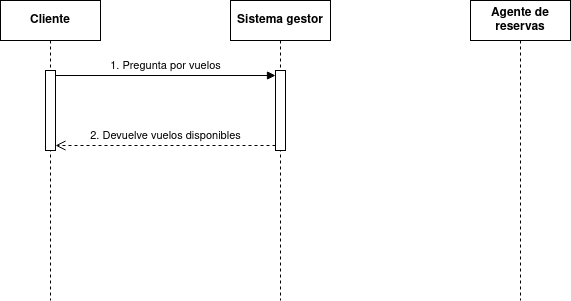
Earlier version of the draw.io export diagramas_secuencias/reserva-vuelos/diagrama-secuencia-vuelos.drawio.png (JesusLugo2002/ETS). Source tidied: cells renumbered, new cells last; positions are measured from the earlier drawing's top-left corner, leaving out a move shared by most shapes.
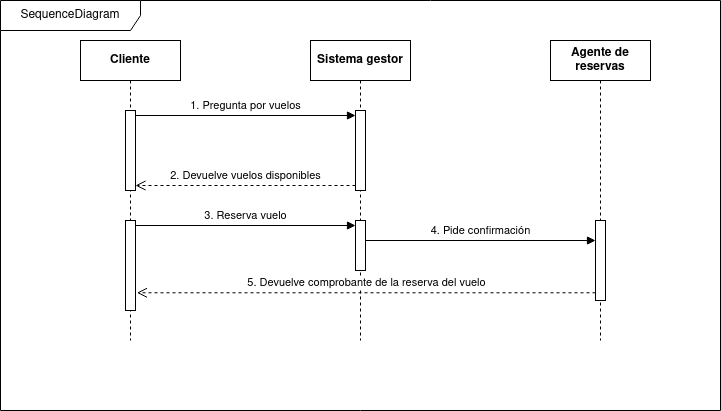
After the change.

Change to the diagram source:
```diff
@@ -14,14 +14,38 @@
     <mxCell id="5" style="html=1;points=[[0,0,0,0,5],[0,1,0,0,-5],[1,0,0,0,5],[1,1,0,0,-5]];perimeter=orthogonalPerimeter;outlineConnect=0;targetShapes=umlLifeline;portConstraint=eastwest;newEdgeStyle={&quot;curved&quot;:0,&quot;rounded&quot;:0};" parent="4" vertex="1">
       <mxGeometry x="45" y="70" width="10" height="80" as="geometry" />
     </mxCell>
+    <mxCell id="9" style="html=1;points=[[0,0,0,0,5],[0,1,0,0,-5],[1,0,0,0,5],[1,1,0,0,-5]];perimeter=orthogonalPerimeter;outlineConnect=0;targetShapes=umlLifeline;portConstraint=eastwest;newEdgeStyle={&quot;curved&quot;:0,&quot;rounded&quot;:0};" parent="4" vertex="1">
+      <mxGeometry x="-185" y="180" width="10" height="90" as="geometry" />
+    </mxCell>
+    <mxCell id="10" style="html=1;points=[[0,0,0,0,5],[0,1,0,0,-5],[1,0,0,0,5],[1,1,0,0,-5]];perimeter=orthogonalPerimeter;outlineConnect=0;targetShapes=umlLifeline;portConstraint=eastwest;newEdgeStyle={&quot;curved&quot;:0,&quot;rounded&quot;:0};" parent="4" vertex="1">
+      <mxGeometry x="45" y="180" width="10" height="50" as="geometry" />
+    </mxCell>
+    <mxCell id="11" value="&lt;div&gt;3. Reserva vuelo&lt;/div&gt;" style="html=1;verticalAlign=bottom;endArrow=block;curved=0;rounded=0;entryX=0;entryY=0;entryDx=0;entryDy=5;" parent="4" edge="1" source="9" target="10">
+      <mxGeometry relative="1" as="geometry" />
+    </mxCell>
     <mxCell id="6" value="Agente de reservas" style="shape=umlLifeline;perimeter=lifelinePerimeter;whiteSpace=wrap;html=1;newEdgeStyle={&quot;curved&quot;:0,&quot;rounded&quot;:0};fontStyle=1;" parent="1" vertex="1">
       <mxGeometry x="470" width="100" height="300" as="geometry" />
     </mxCell>
+    <mxCell id="12" style="html=1;points=[[0,0,0,0,5],[0,1,0,0,-5],[1,0,0,0,5],[1,1,0,0,-5]];perimeter=orthogonalPerimeter;outlineConnect=0;targetShapes=umlLifeline;portConstraint=eastwest;newEdgeStyle={&quot;curved&quot;:0,&quot;rounded&quot;:0};" parent="6" vertex="1">
+      <mxGeometry x="45" y="180" width="10" height="80" as="geometry" />
+    </mxCell>
     <mxCell id="7" value="1. Pregunta por vuelos" style="html=1;verticalAlign=bottom;endArrow=block;curved=0;rounded=0;entryX=0;entryY=0;entryDx=0;entryDy=5;" parent="1" edge="1" source="3" target="5">
       <mxGeometry relative="1" as="geometry" />
     </mxCell>
     <mxCell id="8" value="2. Devuelve vuelos disponibles" style="html=1;verticalAlign=bottom;endArrow=open;dashed=1;endSize=8;curved=0;rounded=0;exitX=0;exitY=1;exitDx=0;exitDy=-5;entryX=1;entryY=1;entryDx=0;entryDy=-5;entryPerimeter=0;" parent="1" edge="1" source="5" target="3">
       <mxGeometry relative="1" as="geometry" />
     </mxCell>
+    <mxCell id="13" value="4. Pide confirmación" style="html=1;verticalAlign=bottom;endArrow=block;curved=0;rounded=0;" parent="1" edge="1">
+      <mxGeometry relative="1" as="geometry">
+        <mxPoint x="285" y="200" as="sourcePoint" />
+        <mxPoint x="515" y="200" as="targetPoint" />
+      </mxGeometry>
+    </mxCell>
+    <mxCell id="14" value="5. Devuelve comprobante de la reserva del vuelo" style="html=1;verticalAlign=bottom;endArrow=open;dashed=1;endSize=8;curved=0;rounded=0;entryX=1.143;entryY=0.803;entryDx=0;entryDy=0;entryPerimeter=0;" parent="1" edge="1" source="12" target="9">
+      <mxGeometry relative="1" as="geometry" />
+    </mxCell>
+    <mxCell id="15" value="&lt;div&gt;SequenceDiagram&lt;/div&gt;" style="shape=umlFrame;whiteSpace=wrap;html=1;width=140;height=30;" parent="1" vertex="1">
+      <mxGeometry x="-80" y="-40" width="720" height="410" as="geometry" />
+    </mxCell>
   </root>
 </mxGraphModel>
```
